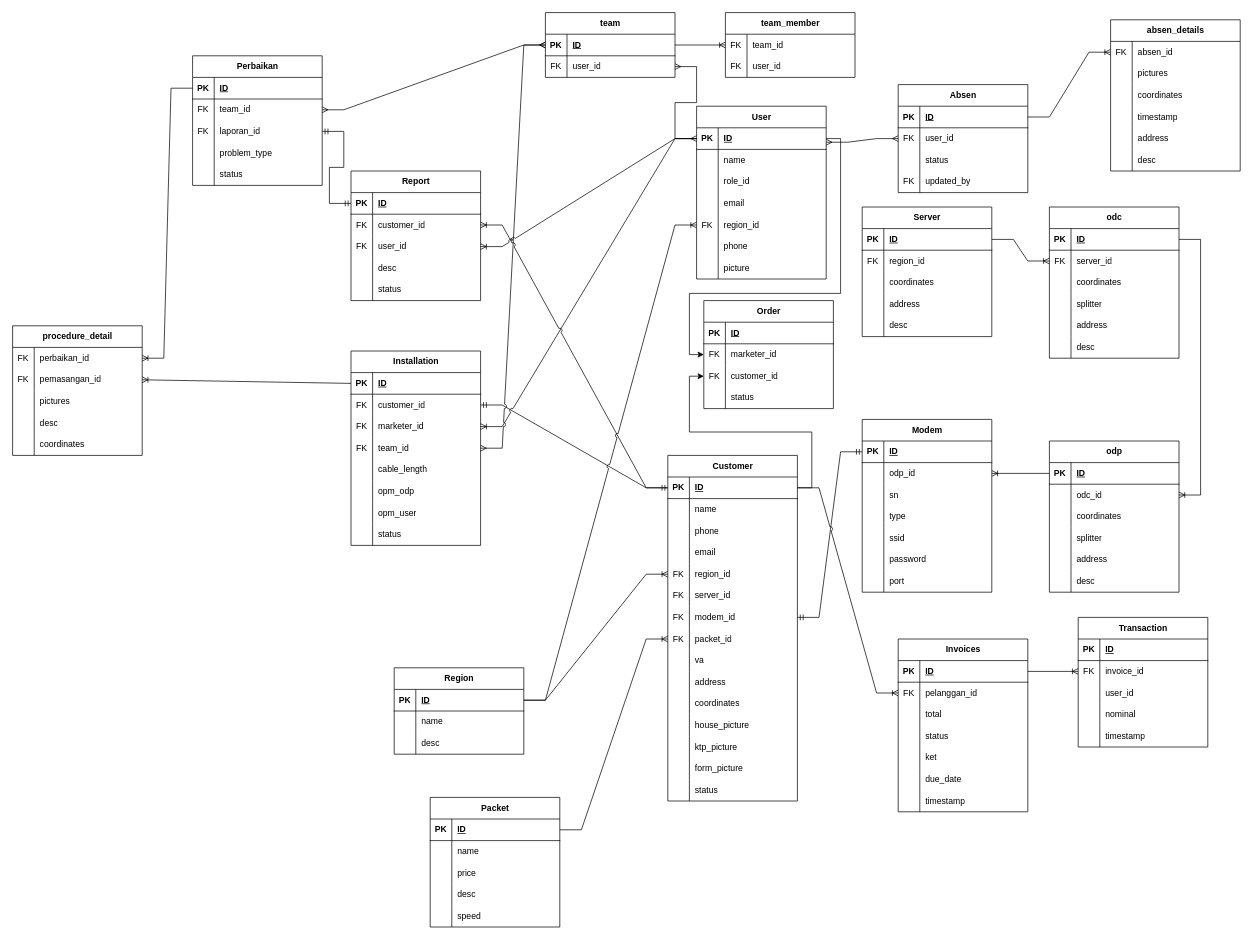
This is Untitled Diagram.drawio from muhamadArdalepa/big-diagrams, a draw.io file, before an edit. Source tidied: cells renumbered, new cells numbered last; positions are measured from the earlier drawing's top-left corner, leaving out a move shared by most shapes. Both pictures are drawn from the tidied source at 72%, with x=0, y=0 at pixel (12, 12).
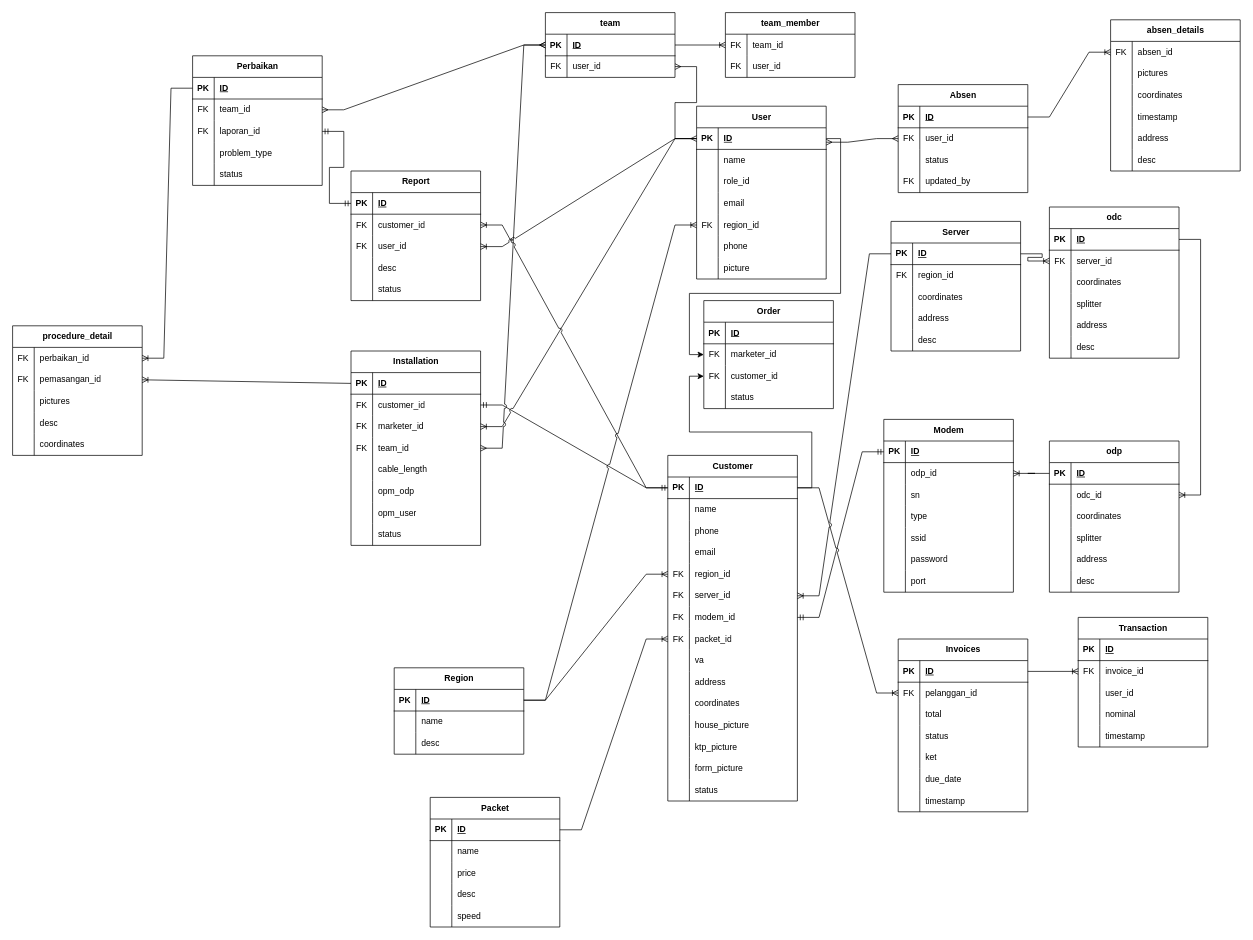
The same diagram, later.

Unchanged cells that the change refers to:
```xml
<mxCell id="82" style="shape=tableRow;horizontal=0;startSize=0;swimlaneHead=0;swimlaneBody=0;fillColor=none;points=[[0,0.5],[1,0.5]];portConstraint=eastwest;top=0;left=0;right=0;bottom=0;" parent="66" vertex="1">
  <mxGeometry y="180" width="180" height="30" as="geometry" />
</mxCell>
<mxCell id="154" style="shape=tableRow;horizontal=0;startSize=0;swimlaneHead=0;swimlaneBody=0;fillColor=none;points=[[0,0.5],[1,0.5]];portConstraint=eastwest;top=0;left=0;right=0;bottom=1;" parent="153" vertex="1">
  <mxGeometry y="30" width="180" height="30" as="geometry" />
</mxCell>
```

The edit, as a diff of the source:
```diff
@@
     <mxCell id="112" value="Modem" style="shape=table;startSize=30;childLayout=tableLayout;rowLines=0;fontStyle=1;align=center;html=1;" parent="1" vertex="1">
-      <mxGeometry x="1180" y="565" width="180" height="240" as="geometry" />
+      <mxGeometry x="1210" y="565" width="180" height="240" as="geometry" />
     </mxCell>
@@
     <mxCell id="153" value="Server" style="shape=table;startSize=30;childLayout=tableLayout;rowLines=0;fontStyle=1;align=center;html=1;" parent="1" vertex="1">
-      <mxGeometry x="1180" y="270" width="180" height="180" as="geometry" />
+      <mxGeometry x="1220" y="290" width="180" height="180" as="geometry" />
     </mxCell>
@@
+    <mxCell id="367" style="edgeStyle=entityRelationEdgeStyle;fontSize=12;html=1;endArrow=ERoneToMany;rounded=0;labelBackgroundColor=default;strokeColor=default;align=center;verticalAlign=middle;fontFamily=Helvetica;fontColor=default;shape=connector;jumpStyle=arc;entryX=1;entryY=0.5;entryDx=0;entryDy=0;exitX=0;exitY=0.5;exitDx=0;exitDy=0;" parent="1" edge="1" source="154" target="82">
+      <mxGeometry relative="1" as="geometry">
+        <Array as="points">
+          <mxPoint x="1270" y="115" />
+          <mxPoint x="1210" y="105" />
+          <mxPoint x="1230" y="105" />
+          <mxPoint x="1260" y="245" />
+        </Array>
+      </mxGeometry>
+    </mxCell>
```
